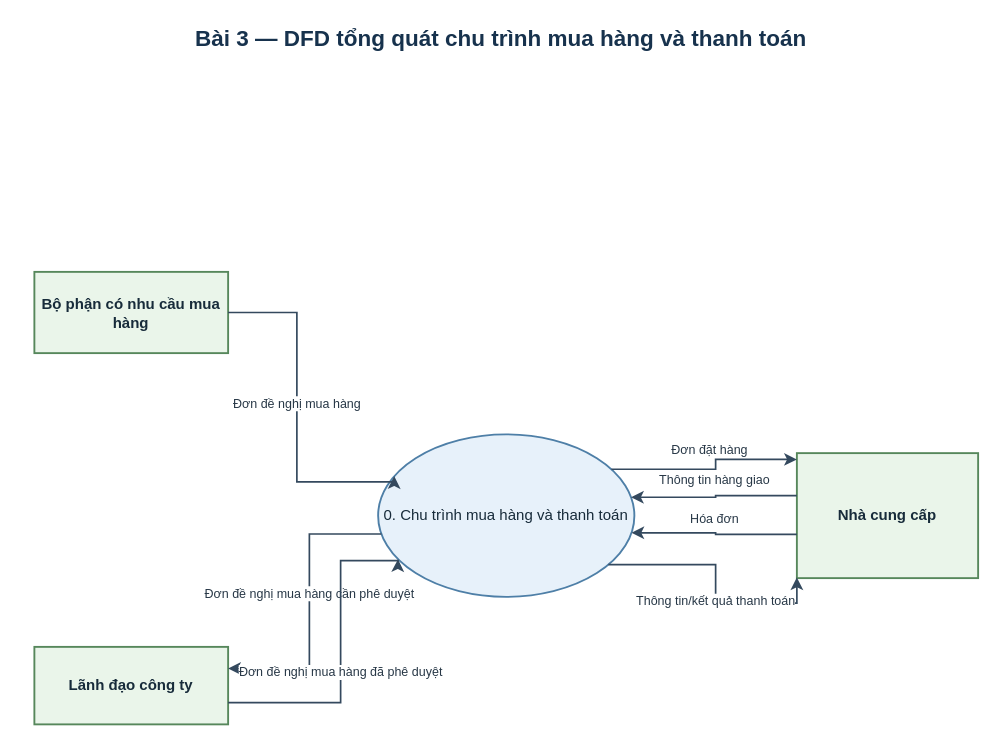
This is assets/drawio/06_purchase_context_dfd.drawio from saigonbaddielover/thtrang, a draw.io file, before an edit. Source tidied: cells renumbered, new cells numbered last; positions are measured from the earlier drawing's top-left corner, leaving out a move shared by most shapes. Both pictures are drawn from the tidied source at 125%, with x=0, y=0 at pixel (21, 21).
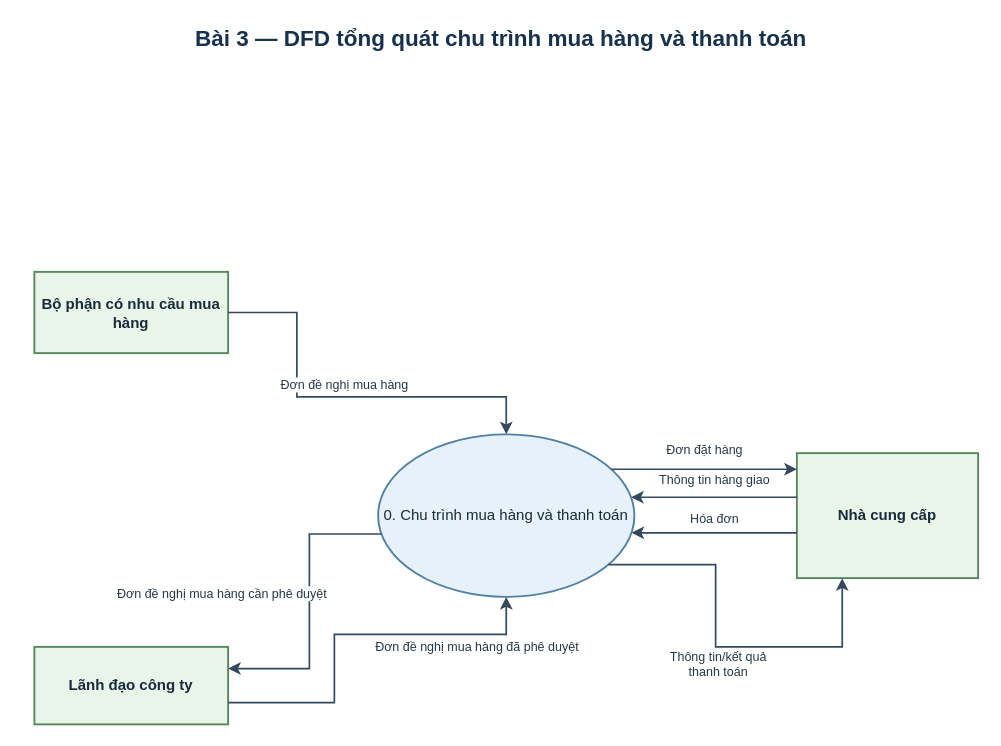
Above is the later version.

The change refers to these unchanged cells:
```xml
<mxCell id="3" value="Bộ phận có nhu cầu mua hàng" style="rounded=0;html=1;whiteSpace=wrap;fontFamily=Arial;align=center;verticalAlign=middle;fontColor=#172B3A; fontSize=11;fontStyle=1;spacing=5;fillColor=#EAF5EA;strokeColor=#56875B;strokeWidth=1.5;" parent="1" vertex="1">
  <mxGeometry x="10" y="200" width="155" height="65" as="geometry" />
</mxCell>
<mxCell id="4" value="Lãnh đạo công ty" style="rounded=0;html=1;whiteSpace=wrap;fontFamily=Arial;align=center;verticalAlign=middle;fontColor=#172B3A; fontSize=11;fontStyle=1;spacing=5;fillColor=#EAF5EA;strokeColor=#56875B;strokeWidth=1.5;" parent="1" vertex="1">
  <mxGeometry x="10" y="500" width="155" height="62" as="geometry" />
</mxCell>
<mxCell id="5" value="Nhà cung cấp" style="rounded=0;html=1;whiteSpace=wrap;fontFamily=Arial;align=center;verticalAlign=middle;fontColor=#172B3A; fontSize=11;fontStyle=1;spacing=5;fillColor=#EAF5EA;strokeColor=#56875B;strokeWidth=1.5;" parent="1" vertex="1">
  <mxGeometry x="620" y="345" width="145" height="100" as="geometry" />
</mxCell>
<mxCell id="6" value="0. Chu trình mua hàng và thanh toán" style="shape=ellipse;perimeter=ellipsePerimeter;html=1;whiteSpace=wrap;fontFamily=Arial;align=center;verticalAlign=middle;fontColor=#172B3A; fontSize=11;spacing=5;fillColor=#E7F1FA;strokeColor=#4E7FA7;strokeWidth=1.5;" parent="1" vertex="1">
  <mxGeometry x="285" y="330" width="205" height="130" as="geometry" />
</mxCell>
```

Diff of the diagram source:
```diff
@@
-    <mxCell id="7" value="Đơn đề nghị mua hàng" style="edgeStyle=orthogonalEdgeStyle;rounded=0;jettySize=auto;html=1;fontFamily=Arial;fontSize=10;fontColor=#273746;labelBackgroundColor=#FFFFFF;strokeColor=#34495E;strokeWidth=1.35;endArrow=classic;endFill=1;exitX=1;exitY=0.5;entryX=0;entryY=0.22;" parent="1" edge="1" source="3" target="6">
+    <mxCell id="7" value="Đơn đề nghị mua hàng" style="edgeStyle=orthogonalEdgeStyle;rounded=0;jettySize=auto;html=1;fontFamily=Arial;fontSize=10;fontColor=#273746;labelBackgroundColor=#FFFFFF;strokeColor=#34495E;strokeWidth=1.35;endArrow=classic;endFill=1;exitX=1;exitY=0.5;entryX=0.5;entryY=0;" parent="1" edge="1" source="3" target="6">
       <mxGeometry relative="1" as="geometry">
         <Array as="points">
-          <mxPoint x="220" y="232" />
-          <mxPoint x="220" y="368" />
+          <mxPoint x="220" y="232.5" />
+          <mxPoint x="220" y="300" />
+          <mxPoint x="387.5" y="300" />
         </Array>
         <mxPoint y="-10" as="offset" />
       </mxGeometry>
     </mxCell>
     <mxCell id="8" value="Đơn đề nghị mua hàng cần phê duyệt" style="edgeStyle=orthogonalEdgeStyle;rounded=0;jettySize=auto;html=1;fontFamily=Arial;fontSize=10;fontColor=#273746;labelBackgroundColor=#FFFFFF;strokeColor=#34495E;strokeWidth=1.35;endArrow=classic;endFill=1;exitX=0;exitY=0.62;entryX=1;entryY=0.28;" parent="1" edge="1" source="6" target="4">
       <mxGeometry relative="1" as="geometry">
         <Array as="points">
           <mxPoint x="230" y="410" />
           <mxPoint x="230" y="518" />
         </Array>
-        <mxPoint y="-10" as="offset" />
+        <mxPoint x="-70" y="-10" as="offset" />
       </mxGeometry>
     </mxCell>
-    <mxCell id="9" value="Đơn đề nghị mua hàng đã phê duyệt" style="edgeStyle=orthogonalEdgeStyle;rounded=0;jettySize=auto;html=1;fontFamily=Arial;fontSize=10;fontColor=#273746;labelBackgroundColor=#FFFFFF;strokeColor=#34495E;strokeWidth=1.35;endArrow=classic;endFill=1;exitX=1;exitY=0.72;entryX=0;entryY=0.82;" parent="1" edge="1" source="4" target="6">
+    <mxCell id="9" value="Đơn đề nghị mua hàng đã phê duyệt" style="edgeStyle=orthogonalEdgeStyle;rounded=0;jettySize=auto;html=1;fontFamily=Arial;fontSize=10;fontColor=#273746;labelBackgroundColor=#FFFFFF;strokeColor=#34495E;strokeWidth=1.35;endArrow=classic;endFill=1;exitX=1;exitY=0.72;entryX=0.5;entryY=1;" parent="1" edge="1" source="4" target="6">
       <mxGeometry relative="1" as="geometry">
         <Array as="points">
-          <mxPoint x="255" y="545" />
-          <mxPoint x="255" y="431" />
+          <mxPoint x="250" y="544.6" />
+          <mxPoint x="250" y="490" />
+          <mxPoint x="387.5" y="490" />
         </Array>
-        <mxPoint y="10" as="offset" />
+        <mxPoint x="100" y="10" as="offset" />
       </mxGeometry>
     </mxCell>
-    <mxCell id="10" value="Đơn đặt hàng" style="edgeStyle=orthogonalEdgeStyle;rounded=0;jettySize=auto;html=1;fontFamily=Arial;fontSize=10;fontColor=#273746;labelBackgroundColor=#FFFFFF;strokeColor=#34495E;strokeWidth=1.35;endArrow=classic;endFill=1;exitX=1;exitY=0.15;entryX=0;entryY=0.05;" parent="1" edge="1" source="6" target="5">
+    <mxCell id="10" value="Đơn đặt hàng" style="edgeStyle=orthogonalEdgeStyle;rounded=0;jettySize=auto;html=1;fontFamily=Arial;fontSize=10;fontColor=#273746;labelBackgroundColor=#FFFFFF;strokeColor=#34495E;strokeWidth=1.35;endArrow=classic;endFill=1;exitX=1;exitY=0.15;entryX=0;entryY=0.129;" parent="1" edge="1" source="6" target="5">
       <mxGeometry relative="1" as="geometry">
         <mxPoint y="-16" as="offset" />
       </mxGeometry>
     </mxCell>
-    <mxCell id="11" value="Thông tin hàng giao" style="edgeStyle=orthogonalEdgeStyle;rounded=0;jettySize=auto;html=1;fontFamily=Arial;fontSize=10;fontColor=#273746;labelBackgroundColor=#FFFFFF;strokeColor=#34495E;strokeWidth=1.35;endArrow=classic;endFill=1;exitX=0;exitY=0.34;entryX=1;entryY=0.38;" parent="1" edge="1" source="5" target="6">
+    <mxCell id="11" value="Thông tin hàng giao" style="edgeStyle=orthogonalEdgeStyle;rounded=0;jettySize=auto;html=1;fontFamily=Arial;fontSize=10;fontColor=#273746;labelBackgroundColor=#FFFFFF;strokeColor=#34495E;strokeWidth=1.35;endArrow=classic;endFill=1;exitX=0;exitY=0.3532;entryX=1;entryY=0.38;" parent="1" edge="1" source="5" target="6">
       <mxGeometry relative="1" as="geometry">
         <mxPoint y="-14" as="offset" />
       </mxGeometry>
     </mxCell>
-    <mxCell id="12" value="Hóa đơn" style="edgeStyle=orthogonalEdgeStyle;rounded=0;jettySize=auto;html=1;fontFamily=Arial;fontSize=10;fontColor=#273746;labelBackgroundColor=#FFFFFF;strokeColor=#34495E;strokeWidth=1.35;endArrow=classic;endFill=1;exitX=0;exitY=0.65;entryX=1;entryY=0.615;" parent="1" edge="1" source="5" target="6">
+    <mxCell id="12" value="Hóa đơn" style="edgeStyle=orthogonalEdgeStyle;rounded=0;jettySize=auto;html=1;fontFamily=Arial;fontSize=10;fontColor=#273746;labelBackgroundColor=#FFFFFF;strokeColor=#34495E;strokeWidth=1.35;endArrow=classic;endFill=1;exitX=0;exitY=0.6375;entryX=1;entryY=0.615;" parent="1" edge="1" source="5" target="6">
       <mxGeometry relative="1" as="geometry">
         <mxPoint y="-12" as="offset" />
       </mxGeometry>
     </mxCell>
-    <mxCell id="13" value="Thông tin/kết quả thanh toán" style="edgeStyle=orthogonalEdgeStyle;rounded=0;jettySize=auto;html=1;fontFamily=Arial;fontSize=10;fontColor=#273746;labelBackgroundColor=#FFFFFF;strokeColor=#34495E;strokeWidth=1.35;endArrow=classic;endFill=1;exitX=1;exitY=0.88;entryX=0;entryY=0.994;" parent="1" edge="1" source="6" target="5">
+    <mxCell id="13" value="Thông tin/kết quả&#10;thanh toán" style="edgeStyle=orthogonalEdgeStyle;rounded=0;jettySize=auto;html=1;fontFamily=Arial;fontSize=10;fontColor=#273746;labelBackgroundColor=#FFFFFF;strokeColor=#34495E;strokeWidth=1.35;endArrow=classic;endFill=1;exitX=1;exitY=0.88;entryX=0.25;entryY=1;" parent="1" edge="1" source="6" target="5">
       <mxGeometry relative="1" as="geometry">
+        <Array as="points">
+          <mxPoint x="555" y="434.2" />
+          <mxPoint x="555" y="500" />
+          <mxPoint x="656.2" y="500" />
+        </Array>
         <mxPoint y="14" as="offset" />
       </mxGeometry>
     </mxCell>
```
